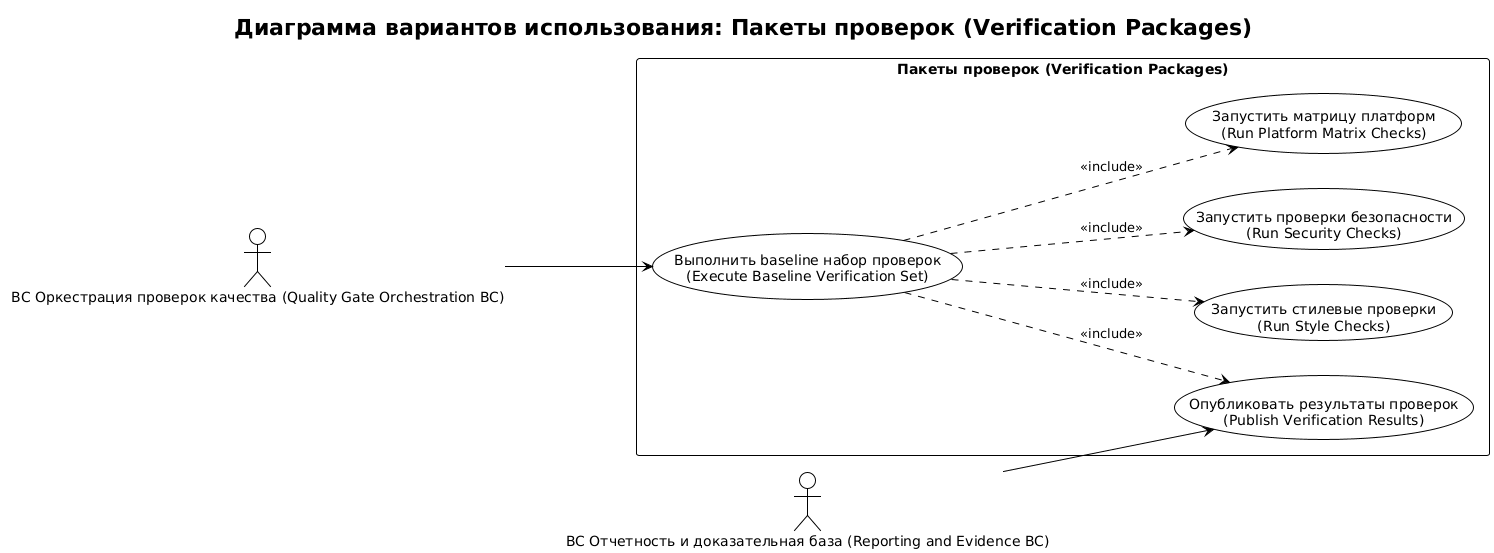
The PlantUML diagram docs/requirements/сценарии/verification-packages/diagrams/verification-packages-overview.png in Druk83/RRDCS, before a commit.
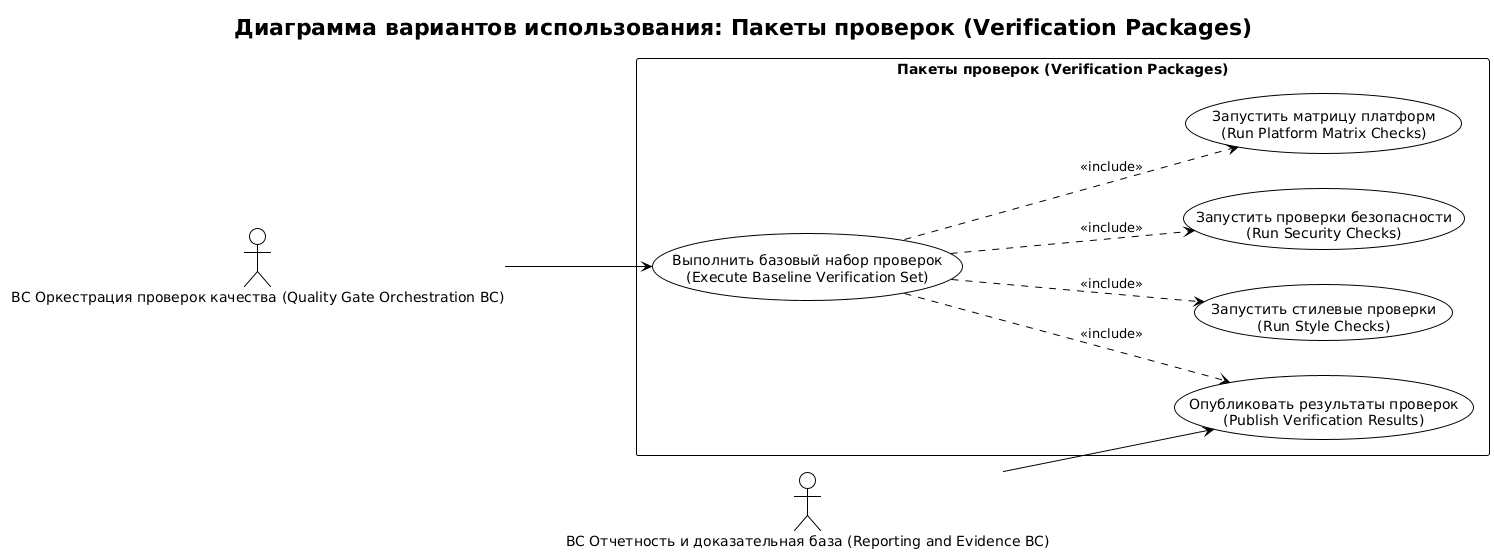
After the commit.

Change to the diagram source:
```diff
@@ -8,7 +8,7 @@
 actor "BC Отчетность и доказательная база (Reporting and Evidence BC)" as RE
 
 rectangle "Пакеты проверок (Verification Packages)" {
-  usecase "Выполнить baseline набор проверок\n(Execute Baseline Verification Set)" as UC1
+  usecase "Выполнить базовый набор проверок\n(Execute Baseline Verification Set)" as UC1
   usecase "Запустить стилевые проверки\n(Run Style Checks)" as UC2
   usecase "Запустить проверки безопасности\n(Run Security Checks)" as UC3
   usecase "Запустить матрицу платформ\n(Run Platform Matrix Checks)" as UC4
```
